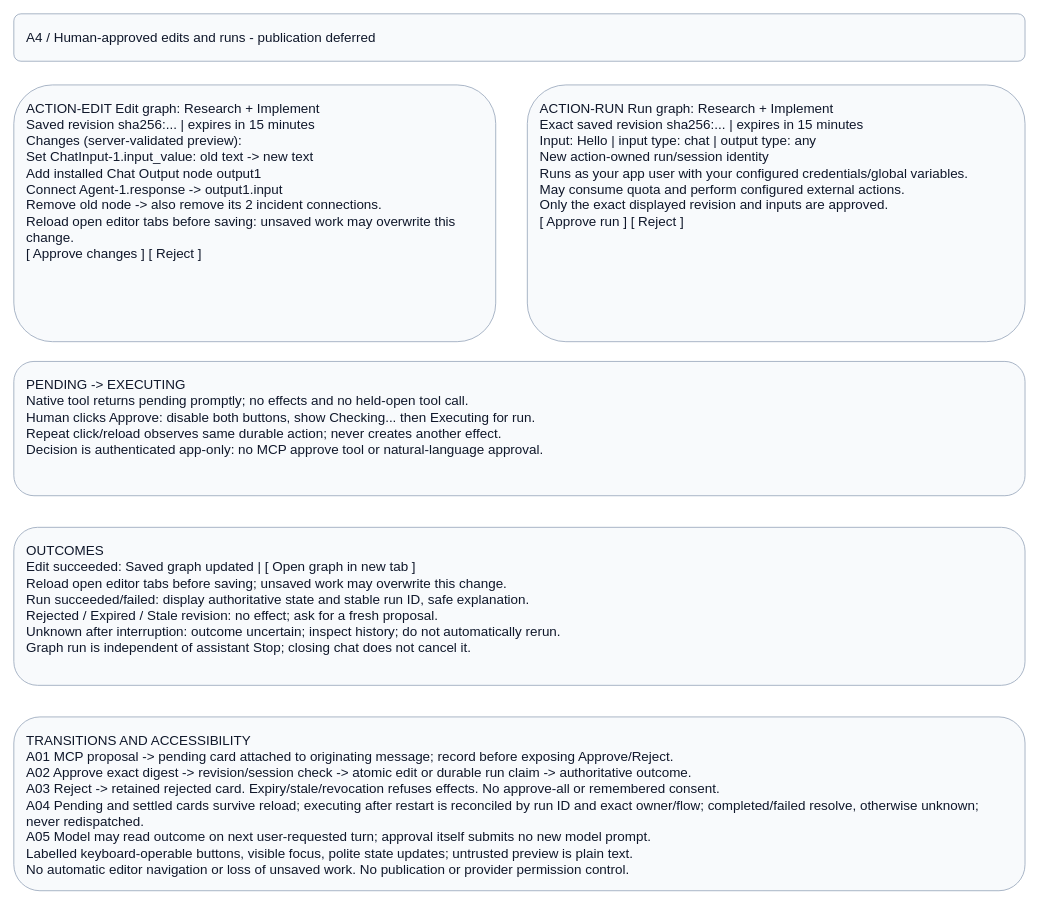
Before: page "A4 - Human-approved graph actions" (4 of 4) of projects/laomedo/subsystems/agent-execution/design/application-assistant.drawio in amadou-6e/specs, a draw.io diagram. Source tidied: cells renumbered, new cells numbered last; positions are measured from the earlier drawing's top-left corner, leaving out a move shared by most shapes. Both pictures are drawn from the tidied source at 79%, with x=0, y=0 at pixel (13, 13).
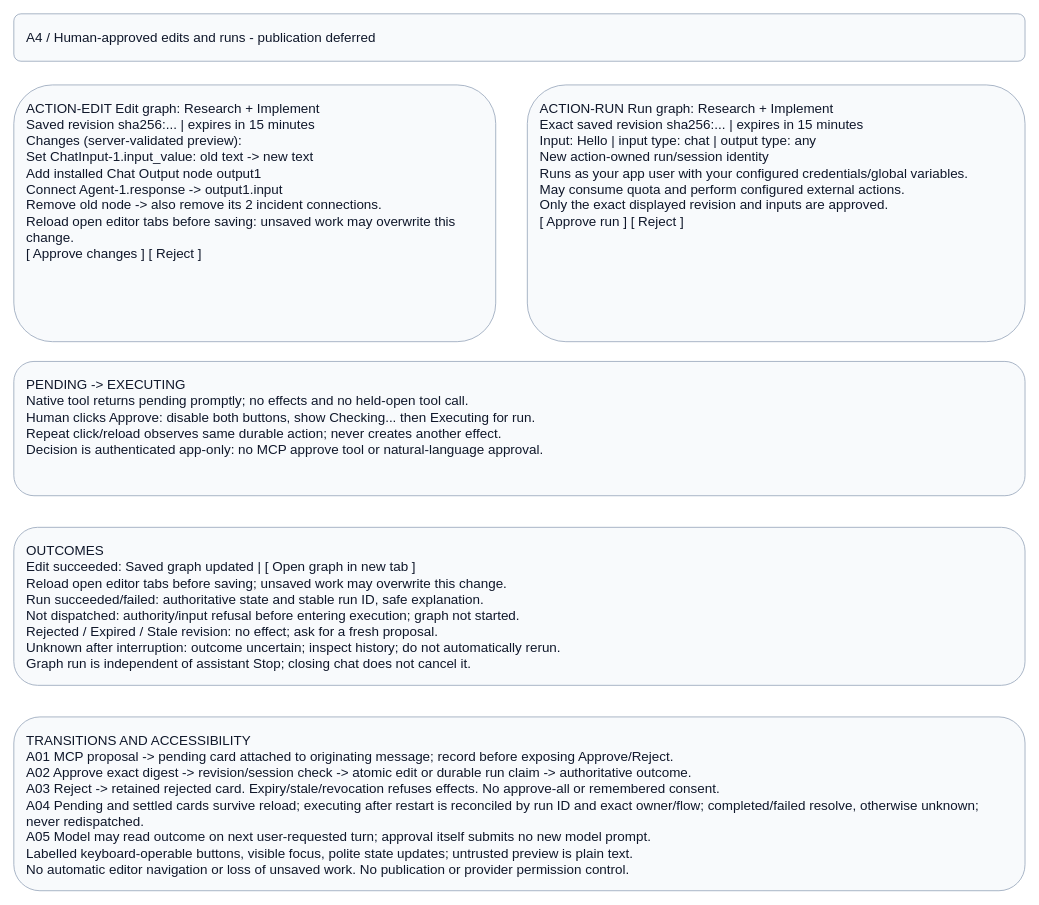
The same diagram, later.

Commit message (it also covers changes not shown here):
docs: distinguish graph non-dispatch from uncertain effects

The edit, as a diff of the source:
```diff
@@
 <mxGraphModel>
   <root>
     <mxCell id="0" />
     <mxCell id="1" parent="0" />
     <mxCell id="2" value="A4 / Human-approved edits and runs - publication deferred" style="rounded=1;whiteSpace=wrap;html=0;fillColor=#f8fafc;strokeColor=#94a3b8;fontColor=#0f172a;fontFamily=Arial;fontSize=17;align=left;verticalAlign=top;spacing=16;" parent="1" vertex="1">
       <mxGeometry width="1280" height="60" as="geometry" />
     </mxCell>
     <mxCell id="3" value="ACTION-EDIT  Edit graph: Research + Implement&#10;Saved revision sha256:... | expires in 15 minutes&#10;Changes (server-validated preview):&#10;Set ChatInput-1.input_value: old text -&gt; new text&#10;Add installed Chat Output node output1&#10;Connect Agent-1.response -&gt; output1.input&#10;Remove old node -&gt; also remove its 2 incident connections.&#10;Reload open editor tabs before saving: unsaved work may overwrite this change.&#10;[ Approve changes ] [ Reject ]" style="rounded=1;whiteSpace=wrap;html=0;fillColor=#f8fafc;strokeColor=#94a3b8;fontColor=#0f172a;fontFamily=Arial;fontSize=17;align=left;verticalAlign=top;spacing=16;" parent="1" vertex="1">
       <mxGeometry y="90" width="610" height="325" as="geometry" />
     </mxCell>
     <mxCell id="4" value="ACTION-RUN  Run graph: Research + Implement&#10;Exact saved revision sha256:... | expires in 15 minutes&#10;Input: Hello | input type: chat | output type: any&#10;New action-owned run/session identity&#10;Runs as your app user with your configured credentials/global variables.&#10;May consume quota and perform configured external actions.&#10;Only the exact displayed revision and inputs are approved.&#10;[ Approve run ] [ Reject ]" style="rounded=1;whiteSpace=wrap;html=0;fillColor=#f8fafc;strokeColor=#94a3b8;fontColor=#0f172a;fontFamily=Arial;fontSize=17;align=left;verticalAlign=top;spacing=16;" parent="1" vertex="1">
       <mxGeometry x="650" y="90" width="630" height="325" as="geometry" />
     </mxCell>
     <mxCell id="5" value="PENDING -&gt; EXECUTING&#10;Native tool returns pending promptly; no effects and no held-open tool call.&#10;Human clicks Approve: disable both buttons, show Checking... then Executing for run.&#10;Repeat click/reload observes same durable action; never creates another effect.&#10;Decision is authenticated app-only: no MCP approve tool or natural-language approval." style="rounded=1;whiteSpace=wrap;html=0;fillColor=#f8fafc;strokeColor=#94a3b8;fontColor=#0f172a;fontFamily=Arial;fontSize=17;align=left;verticalAlign=top;spacing=16;" parent="1" vertex="1">
       <mxGeometry y="440" width="1280" height="170" as="geometry" />
     </mxCell>
-    <mxCell id="6" value="OUTCOMES&#10;Edit succeeded: Saved graph updated | [ Open graph in new tab ]&#10;Reload open editor tabs before saving; unsaved work may overwrite this change.&#10;Run succeeded/failed: display authoritative state and stable run ID, safe explanation.&#10;Rejected / Expired / Stale revision: no effect; ask for a fresh proposal.&#10;Unknown after interruption: outcome uncertain; inspect history; do not automatically rerun.&#10;Graph run is independent of assistant Stop; closing chat does not cancel it." style="rounded=1;whiteSpace=wrap;html=0;fillColor=#f8fafc;strokeColor=#94a3b8;fontColor=#0f172a;fontFamily=Arial;fontSize=17;align=left;verticalAlign=top;spacing=16;" parent="1" vertex="1">
+    <mxCell id="6" value="OUTCOMES&#10;Edit succeeded: Saved graph updated | [ Open graph in new tab ]&#10;Reload open editor tabs before saving; unsaved work may overwrite this change.&#10;Run succeeded/failed: authoritative state and stable run ID, safe explanation.&#10;Not dispatched: authority/input refusal before entering execution; graph not started.&#10;Rejected / Expired / Stale revision: no effect; ask for a fresh proposal.&#10;Unknown after interruption: outcome uncertain; inspect history; do not automatically rerun.&#10;Graph run is independent of assistant Stop; closing chat does not cancel it." style="rounded=1;whiteSpace=wrap;html=0;fillColor=#f8fafc;strokeColor=#94a3b8;fontColor=#0f172a;fontFamily=Arial;fontSize=17;align=left;verticalAlign=top;spacing=16;" parent="1" vertex="1">
       <mxGeometry y="650" width="1280" height="200" as="geometry" />
     </mxCell>
     <mxCell id="7" value="TRANSITIONS AND ACCESSIBILITY&#10;A01 MCP proposal -&gt; pending card attached to originating message; record before exposing Approve/Reject.&#10;A02 Approve exact digest -&gt; revision/session check -&gt; atomic edit or durable run claim -&gt; authoritative outcome.&#10;A03 Reject -&gt; retained rejected card. Expiry/stale/revocation refuses effects. No approve-all or remembered consent.&#10;A04 Pending and settled cards survive reload; executing after restart is reconciled by run ID and exact owner/flow; completed/failed resolve, otherwise unknown; never redispatched.&#10;A05 Model may read outcome on next user-requested turn; approval itself submits no new model prompt.&#10;Labelled keyboard-operable buttons, visible focus, polite state updates; untrusted preview is plain text.&#10;No automatic editor navigation or loss of unsaved work. No publication or provider permission control." style="rounded=1;whiteSpace=wrap;html=0;fillColor=#f8fafc;strokeColor=#94a3b8;fontColor=#0f172a;fontFamily=Arial;fontSize=17;align=left;verticalAlign=top;spacing=16;" parent="1" vertex="1">
       <mxGeometry y="890" width="1280" height="220" as="geometry" />
     </mxCell>
   </root>
 </mxGraphModel>
```
